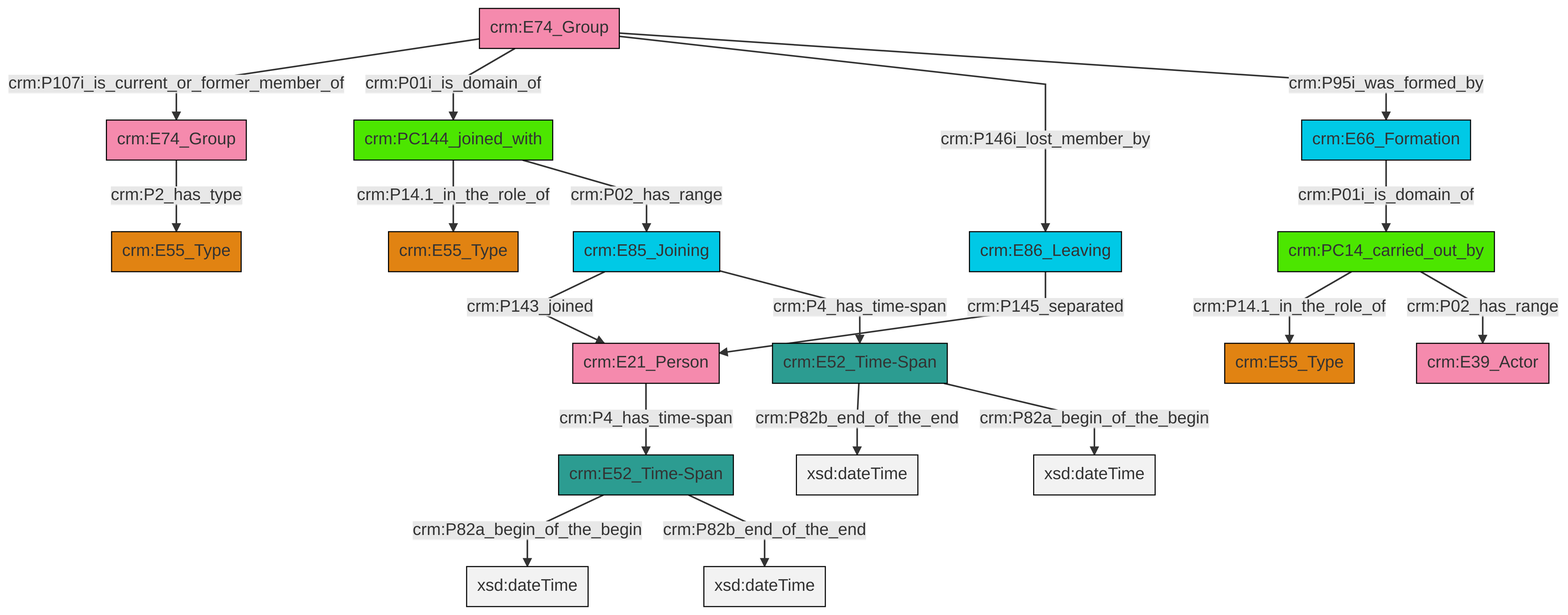
swiss-art-research-net/docs.swissartresearch keeps this Mermaid diagram as et/groupCSV/ttl/mmd/png/group_actor_relations.png. Above is the earlier version. Its source is kept beside it as et/groupCSV/ttl/mmd/group_actor_relations.ttl.mmd.
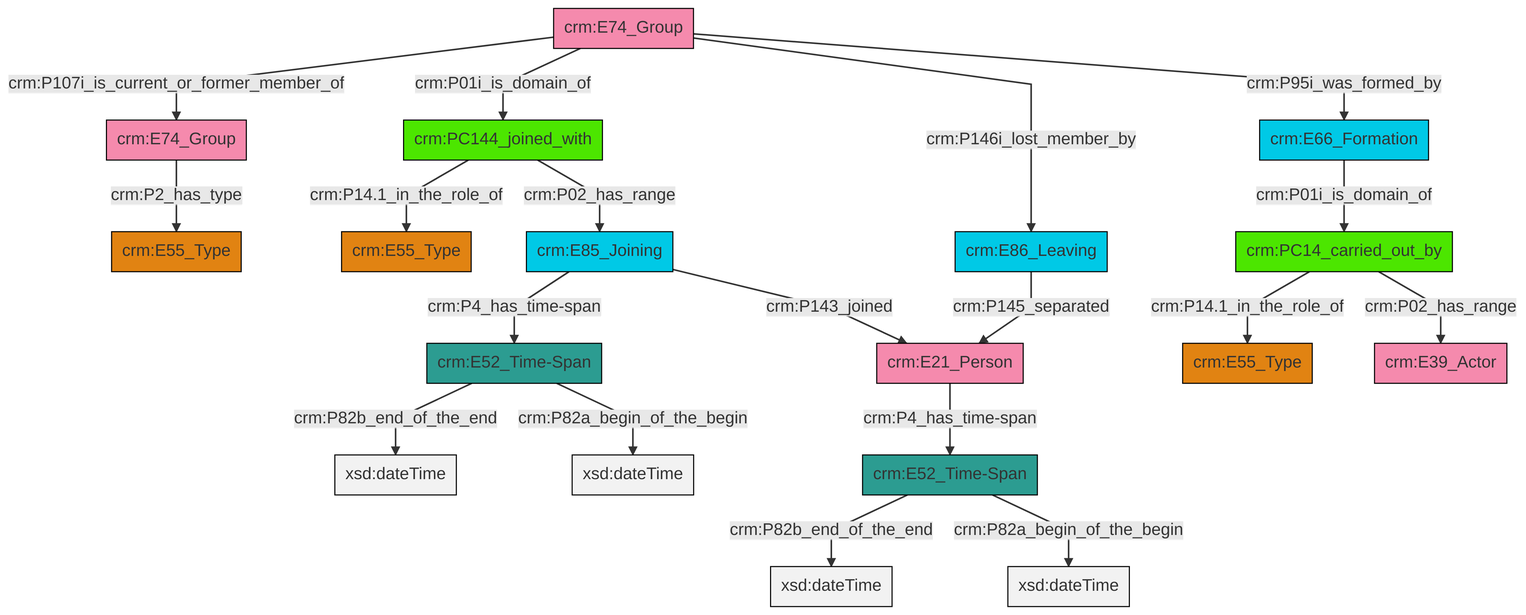
The same diagram one commit later.

Diff of the diagram source:
```diff
@@ -13,21 +13,21 @@
 classDef PC_Classes fill:#4ce600, stroke:#000000;
 classDef Multi fill:#cccccc,stroke:#000000;
 
-0["crm:E74_Group"]:::Actor -->|crm:P107i_is_current_or_former_member_of| 1["crm:E74_Group"]:::Actor
-2["crm:PC14_carried_out_by"]:::PC_Classes -->|crm:P14.1_in_the_role_of| 3["crm:E55_Type"]:::Type
-0["crm:E74_Group"]:::Actor -->|crm:P01i_is_domain_of| 5["crm:PC144_joined_with"]:::PC_Classes
-12["crm:E85_Joining"]:::Temporal_Entity -->|crm:P143_joined| 13["crm:E21_Person"]:::Actor
-14["crm:E86_Leaving"]:::Temporal_Entity -->|crm:P145_separated| 13["crm:E21_Person"]:::Actor
-16["crm:E52_Time-Span"]:::Time-Span -->|crm:P82a_begin_of_the_begin| 18[xsd:dateTime]:::Literal
-10["crm:E66_Formation"]:::Temporal_Entity -->|crm:P01i_is_domain_of| 2["crm:PC14_carried_out_by"]:::PC_Classes
-12["crm:E85_Joining"]:::Temporal_Entity -->|crm:P4_has_time-span| 19["crm:E52_Time-Span"]:::Time-Span
-0["crm:E74_Group"]:::Actor -->|crm:P146i_lost_member_by| 14["crm:E86_Leaving"]:::Temporal_Entity
-5["crm:PC144_joined_with"]:::PC_Classes -->|crm:P14.1_in_the_role_of| 6["crm:E55_Type"]:::Type
-16["crm:E52_Time-Span"]:::Time-Span -->|crm:P82b_end_of_the_end| 24[xsd:dateTime]:::Literal
-0["crm:E74_Group"]:::Actor -->|crm:P95i_was_formed_by| 10["crm:E66_Formation"]:::Temporal_Entity
-19["crm:E52_Time-Span"]:::Time-Span -->|crm:P82b_end_of_the_end| 26[xsd:dateTime]:::Literal
-2["crm:PC14_carried_out_by"]:::PC_Classes -->|crm:P02_has_range| 22["crm:E39_Actor"]:::Actor
-5["crm:PC144_joined_with"]:::PC_Classes -->|crm:P02_has_range| 12["crm:E85_Joining"]:::Temporal_Entity
-13["crm:E21_Person"]:::Actor -->|crm:P4_has_time-span| 16["crm:E52_Time-Span"]:::Time-Span
-1["crm:E74_Group"]:::Actor -->|crm:P2_has_type| 8["crm:E55_Type"]:::Type
-19["crm:E52_Time-Span"]:::Time-Span -->|crm:P82a_begin_of_the_begin| 34[xsd:dateTime]:::Literal
+2["crm:E86_Leaving"]:::Temporal_Entity -->|crm:P145_separated| 4["crm:E21_Person"]:::Actor
+8["crm:E66_Formation"]:::Temporal_Entity -->|crm:P01i_is_domain_of| 9["crm:PC14_carried_out_by"]:::PC_Classes
+10["crm:E52_Time-Span"]:::Time-Span -->|crm:P82b_end_of_the_end| 11[xsd:dateTime]:::Literal
+0["crm:E74_Group"]:::Actor -->|crm:P107i_is_current_or_former_member_of| 6["crm:E74_Group"]:::Actor
+21["crm:E85_Joining"]:::Temporal_Entity -->|crm:P4_has_time-span| 10["crm:E52_Time-Span"]:::Time-Span
+6["crm:E74_Group"]:::Actor -->|crm:P2_has_type| 19["crm:E55_Type"]:::Type
+9["crm:PC14_carried_out_by"]:::PC_Classes -->|crm:P14.1_in_the_role_of| 23["crm:E55_Type"]:::Type
+0["crm:E74_Group"]:::Actor -->|crm:P01i_is_domain_of| 17["crm:PC144_joined_with"]:::PC_Classes
+17["crm:PC144_joined_with"]:::PC_Classes -->|crm:P14.1_in_the_role_of| 25["crm:E55_Type"]:::Type
+12["crm:E52_Time-Span"]:::Time-Span -->|crm:P82b_end_of_the_end| 26[xsd:dateTime]:::Literal
+21["crm:E85_Joining"]:::Temporal_Entity -->|crm:P143_joined| 4["crm:E21_Person"]:::Actor
+0["crm:E74_Group"]:::Actor -->|crm:P146i_lost_member_by| 2["crm:E86_Leaving"]:::Temporal_Entity
+9["crm:PC14_carried_out_by"]:::PC_Classes -->|crm:P02_has_range| 14["crm:E39_Actor"]:::Actor
+12["crm:E52_Time-Span"]:::Time-Span -->|crm:P82a_begin_of_the_begin| 27[xsd:dateTime]:::Literal
+17["crm:PC144_joined_with"]:::PC_Classes -->|crm:P02_has_range| 21["crm:E85_Joining"]:::Temporal_Entity
+4["crm:E21_Person"]:::Actor -->|crm:P4_has_time-span| 12["crm:E52_Time-Span"]:::Time-Span
+10["crm:E52_Time-Span"]:::Time-Span -->|crm:P82a_begin_of_the_begin| 34[xsd:dateTime]:::Literal
+0["crm:E74_Group"]:::Actor -->|crm:P95i_was_formed_by| 8["crm:E66_Formation"]:::Temporal_Entity
```
